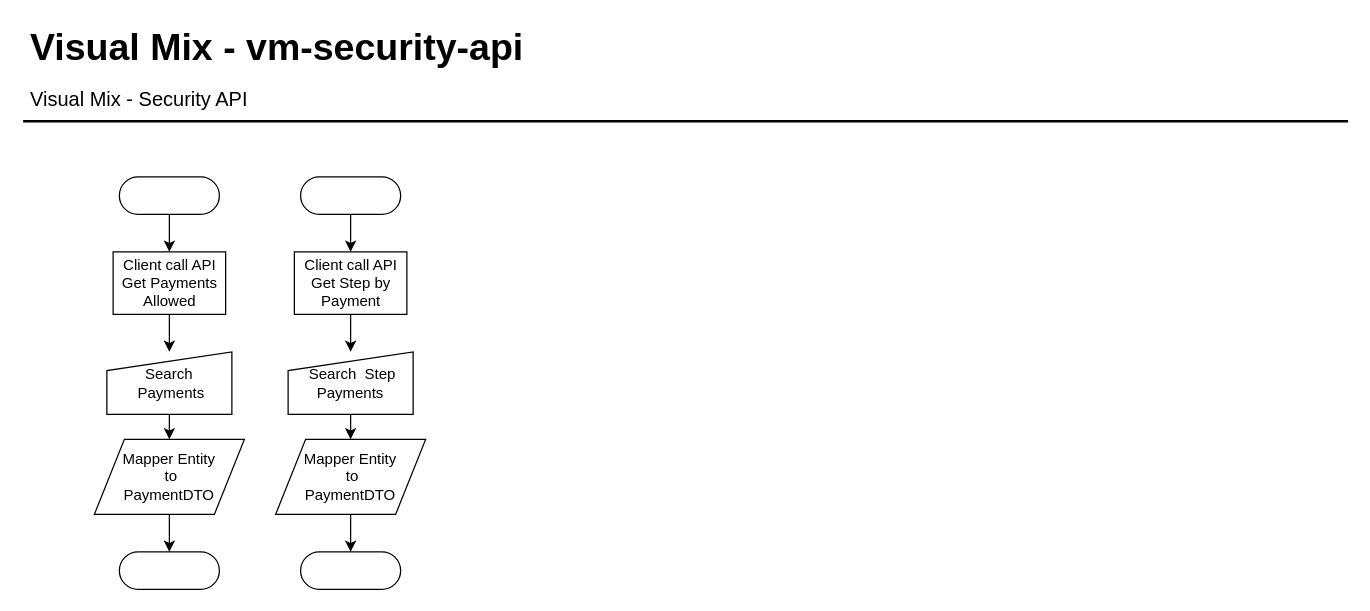
The draw.io diagram page "Action Flux" (2 of 4) of vm-security.drawio in Wiu0/diagram, before the edit. Source tidied: cells renumbered, new cells numbered last; positions are measured from the earlier drawing's top-left corner, leaving out a move shared by most shapes. Both pictures are drawn from the tidied source at 125%, with x=0, y=0 at pixel (22, 21).
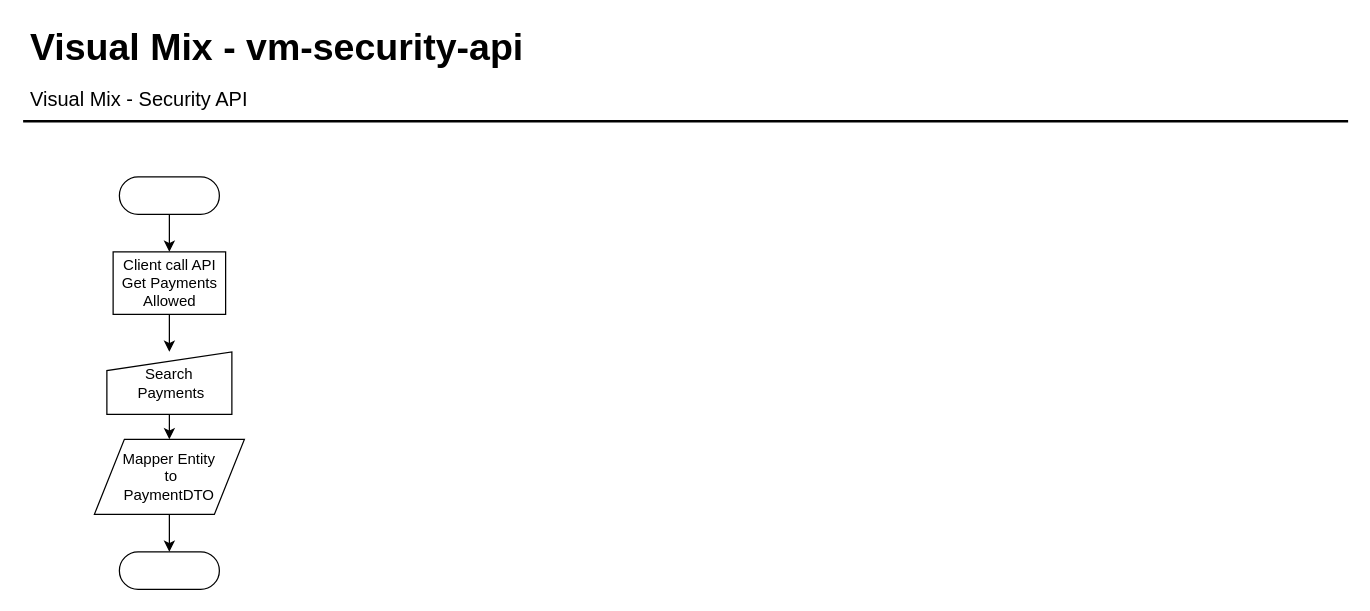
The same diagram, later.

The edit, as a diff of the source:
```diff
@@
-    <mxCell id="11" style="edgeStyle=orthogonalEdgeStyle;rounded=0;jettySize=auto;html=1;exitX=0.5;exitY=0.5;exitDx=0;exitDy=15;exitPerimeter=0;entryX=0.5;entryY=0;entryDx=0;entryDy=0;" parent="1" edge="1" source="12" target="14">
-      <mxGeometry relative="1" as="geometry" />
-    </mxCell>
-    <mxCell id="12" style="html=1;dashed=0;whitespace=wrap;shape=mxgraph.dfd.start;" parent="1" vertex="1">
-      <mxGeometry x="222" y="124" width="80" height="30" as="geometry" />
-    </mxCell>
-    <mxCell id="13" style="edgeStyle=orthogonalEdgeStyle;rounded=0;jettySize=auto;html=1;exitX=0.5;exitY=1;exitDx=0;exitDy=0;" parent="1" edge="1" source="14" target="16">
-      <mxGeometry relative="1" as="geometry" />
-    </mxCell>
-    <mxCell id="14" value="Client call API&lt;br&gt;Get Step by &lt;br&gt;Payment" style="html=1;dashed=0;whitespace=wrap;" parent="1" vertex="1">
-      <mxGeometry x="217" y="184" width="90" height="50" as="geometry" />
-    </mxCell>
-    <mxCell id="15" style="edgeStyle=orthogonalEdgeStyle;rounded=0;jettySize=auto;html=1;exitX=0.5;exitY=1;exitDx=0;exitDy=0;entryX=0.5;entryY=0;entryDx=0;entryDy=0;" parent="1" edge="1" source="16" target="18">
-      <mxGeometry relative="1" as="geometry" />
-    </mxCell>
-    <mxCell id="16" value="&amp;nbsp;Search &amp;nbsp;Step Payments" style="shape=manualInput;whiteSpace=wrap;html=1;dashed=0;size=15;" parent="1" vertex="1">
-      <mxGeometry x="212" y="264" width="100" height="50" as="geometry" />
-    </mxCell>
-    <mxCell id="17" style="edgeStyle=orthogonalEdgeStyle;rounded=0;jettySize=auto;html=1;exitX=0.5;exitY=1;exitDx=0;exitDy=0;entryX=0.5;entryY=0.5;entryDx=0;entryDy=-15;entryPerimeter=0;" parent="1" edge="1" source="18" target="19">
-      <mxGeometry relative="1" as="geometry" />
-    </mxCell>
-    <mxCell id="18" value="Mapper Entity&lt;br&gt;&amp;nbsp;to &lt;br&gt;PaymentDTO" style="shape=parallelogram;perimeter=parallelogramPerimeter;whiteSpace=wrap;html=1;dashed=0;" parent="1" vertex="1">
-      <mxGeometry x="202" y="334" width="120" height="60" as="geometry" />
-    </mxCell>
-    <mxCell id="19" style="html=1;dashed=0;whitespace=wrap;shape=mxgraph.dfd.start;" parent="1" vertex="1">
-      <mxGeometry x="222" y="424" width="80" height="30" as="geometry" />
-    </mxCell>
```
